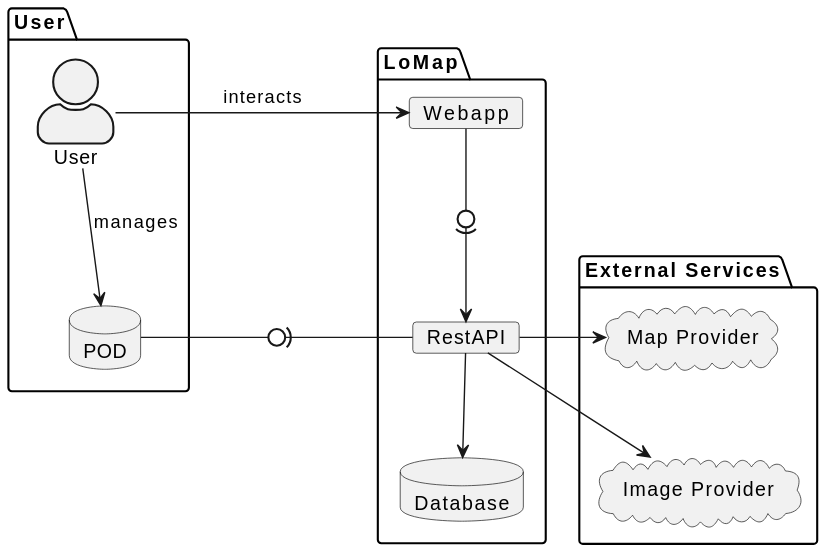
This is docs/images/BuildingBlockView-Level1.svg from Arquisoft/lomap_en1a, a PlantUML export, as it was before one commit.
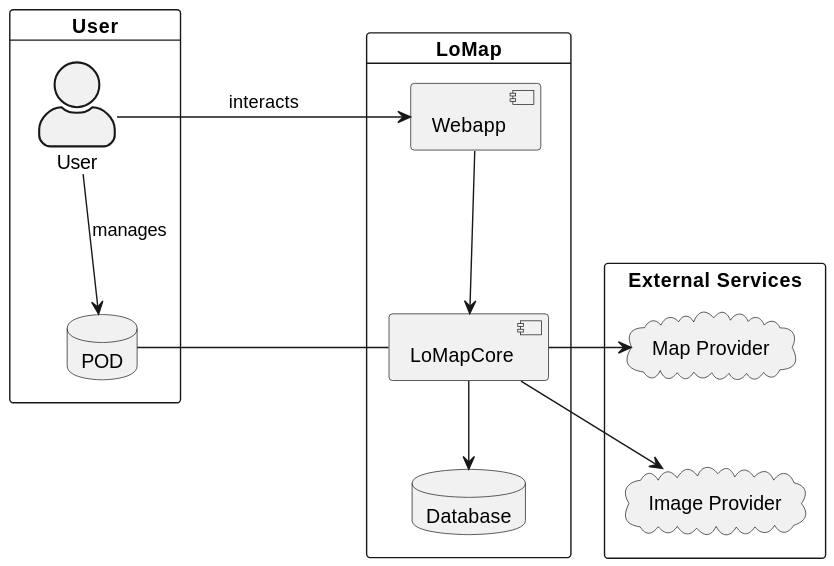
Later version of the same file.

The edit, as a diff of the source:
```diff
@@ -1,27 +1,33 @@
 @startuml
 skinparam actorStyle awesome
-
-package LoMap {
-    card Webapp as Frontend
-    card RestAPI as Backend
+card LoMap {
+    component Webapp as Frontend
+    component LoMapCore as Backend
     database Database
 }
-package "User" as UserDat {
+
+
+card "User" as UserDat {
     actor User
     database POD
 }
 
-package "External Services" {
+rectangle "External Services" {
     cloud "Map Provider" as MapService
     cloud "Image Provider" as ImgService
 }
+
+
+
 User -r-> Frontend : interacts
 User -[hidden]--- Frontend
 User -d-> POD : manages
-Frontend -0)-> Backend
-POD -l0)- Backend
+Frontend --> Backend
+POD -l- Backend
 Backend -d-> Database
-Backend -> MapService
-Backend -> ImgService
+Backend -r-> MapService
+Backend -r-> ImgService
 MapService -[hidden]- ImgService
+
+
 @enduml
```
